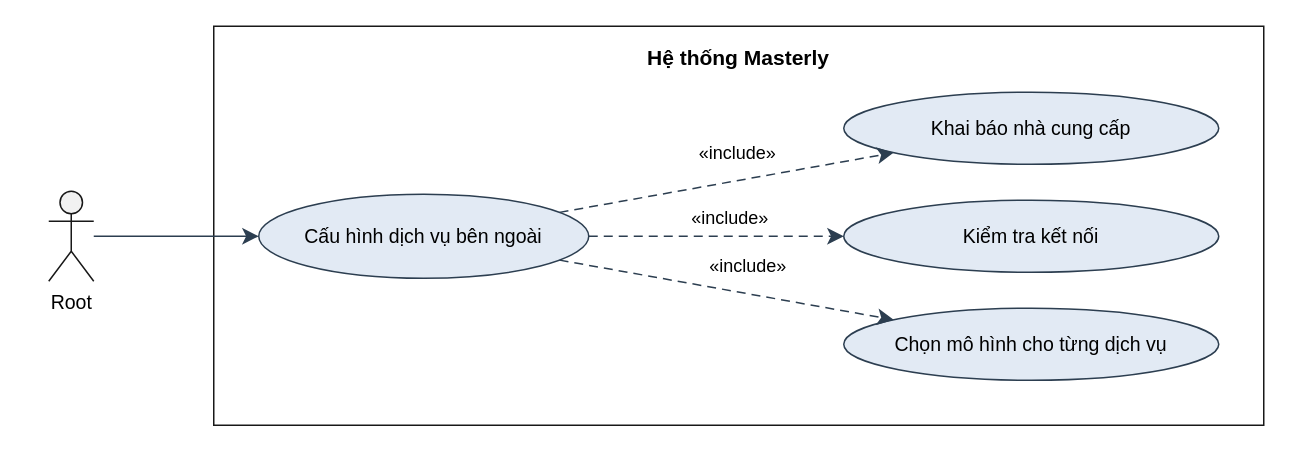
The draw.io diagram report/images/uc3-2-cau-hinh-dich-vu-ben-ngoai.drawio in minhhai205/masterly, before the edit. Source tidied: cells renumbered, new cells numbered last; positions are measured from the earlier drawing's top-left corner, leaving out a move shared by most shapes. Both pictures are drawn from the tidied source at 150%, with x=0, y=0 at pixel (48, 26).
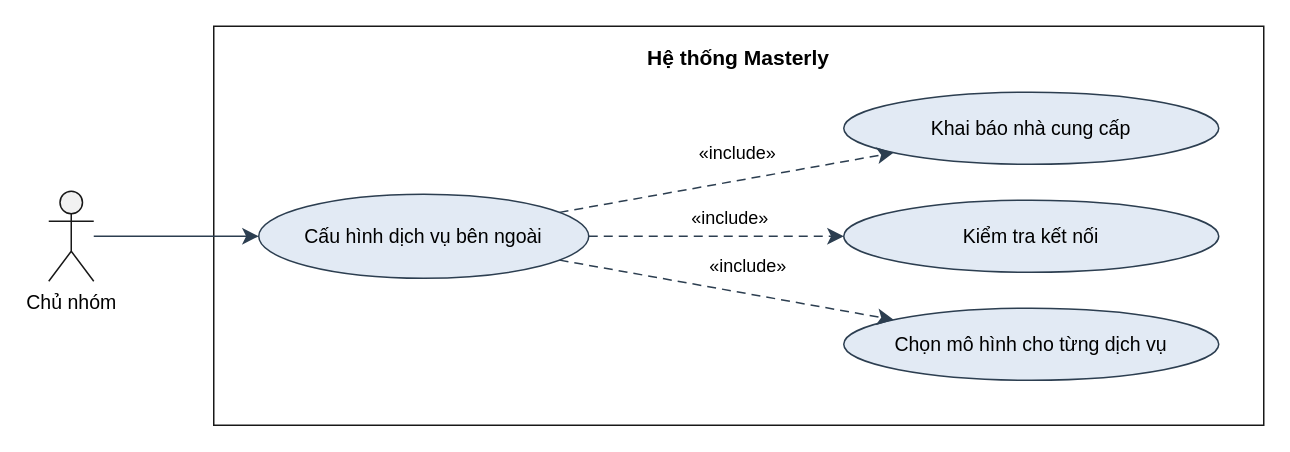
The same page after the edit.

What changed in the source:
```diff
@@
 <mxGraphModel>
   <root>
     <mxCell id="0" />
     <mxCell id="1" parent="0" />
     <mxCell id="2" value="Hệ thống Masterly" style="rounded=0;whiteSpace=wrap;html=1;fillColor=#ffffff;strokeColor=#181818;verticalAlign=top;fontStyle=1;fontSize=14;fontFamily=Helvetica;fontColor=#000000;spacingTop=6;" parent="1" vertex="1">
       <mxGeometry x="110" width="700" height="266" as="geometry" />
     </mxCell>
     <mxCell id="3" value="Cấu hình dịch vụ bên ngoài" style="ellipse;whiteSpace=wrap;html=1;fillColor=#E2EAF4;strokeColor=#2C3E50;fontSize=13;fontFamily=Helvetica;fontColor=#000000;" parent="1" vertex="1">
       <mxGeometry x="140" y="112" width="220" height="56" as="geometry" />
     </mxCell>
     <mxCell id="4" value="Khai báo nhà cung cấp" style="ellipse;whiteSpace=wrap;html=1;fillColor=#E2EAF4;strokeColor=#2C3E50;fontSize=13;fontFamily=Helvetica;fontColor=#000000;" parent="1" vertex="1">
       <mxGeometry x="530" y="44" width="250" height="48" as="geometry" />
     </mxCell>
     <mxCell id="5" value="Kiểm tra kết nối" style="ellipse;whiteSpace=wrap;html=1;fillColor=#E2EAF4;strokeColor=#2C3E50;fontSize=13;fontFamily=Helvetica;fontColor=#000000;" parent="1" vertex="1">
       <mxGeometry x="530" y="116" width="250" height="48" as="geometry" />
     </mxCell>
     <mxCell id="6" value="Chọn mô hình cho từng dịch vụ" style="ellipse;whiteSpace=wrap;html=1;fillColor=#E2EAF4;strokeColor=#2C3E50;fontSize=13;fontFamily=Helvetica;fontColor=#000000;" parent="1" vertex="1">
       <mxGeometry x="530" y="188" width="250" height="48" as="geometry" />
     </mxCell>
-    <mxCell id="7" value="Root" style="shape=umlActor;verticalLabelPosition=bottom;verticalAlign=top;html=1;outlineConnect=0;fillColor=#F1F1F1;strokeColor=#181818;fontSize=13;fontFamily=Helvetica;fontColor=#000000;" parent="1" vertex="1">
+    <mxCell id="7" value="Chủ nhóm" style="shape=umlActor;verticalLabelPosition=bottom;verticalAlign=top;html=1;outlineConnect=0;fillColor=#F1F1F1;strokeColor=#181818;fontSize=13;fontFamily=Helvetica;fontColor=#000000;" parent="1" vertex="1">
       <mxGeometry y="110" width="30" height="60" as="geometry" />
     </mxCell>
     <mxCell id="8" style="endArrow=classic;endFill=1;endSize=8;html=1;strokeColor=#2C3E50;rounded=0;" parent="1" edge="1" source="7" target="3">
       <mxGeometry relative="1" as="geometry" />
     </mxCell>
     <mxCell id="9" value="«include»" style="endArrow=classic;endFill=1;endSize=8;dashed=1;dashPattern=6 4;html=1;strokeColor=#2C3E50;rounded=0;fontSize=12;fontFamily=Helvetica;fontColor=#000000;labelBackgroundColor=none;" parent="1" edge="1" source="3" target="4">
       <mxGeometry x="0.1" y="18" relative="1" as="geometry" />
     </mxCell>
     <mxCell id="10" value="«include»" style="endArrow=classic;endFill=1;endSize=8;dashed=1;dashPattern=6 4;html=1;strokeColor=#2C3E50;rounded=0;fontSize=12;fontFamily=Helvetica;fontColor=#000000;labelBackgroundColor=none;" parent="1" edge="1" source="3" target="5">
       <mxGeometry x="0.1" y="12" relative="1" as="geometry" />
     </mxCell>
     <mxCell id="11" value="«include»" style="endArrow=classic;endFill=1;endSize=8;dashed=1;dashPattern=6 4;html=1;strokeColor=#2C3E50;rounded=0;fontSize=12;fontFamily=Helvetica;fontColor=#000000;labelBackgroundColor=none;" parent="1" edge="1" source="3" target="6">
       <mxGeometry x="0.1" y="18" relative="1" as="geometry" />
     </mxCell>
   </root>
 </mxGraphModel>
```
